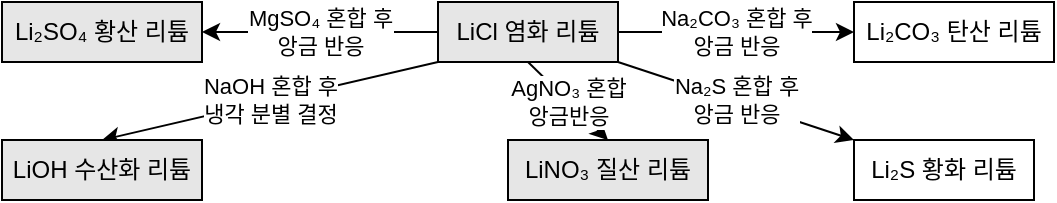
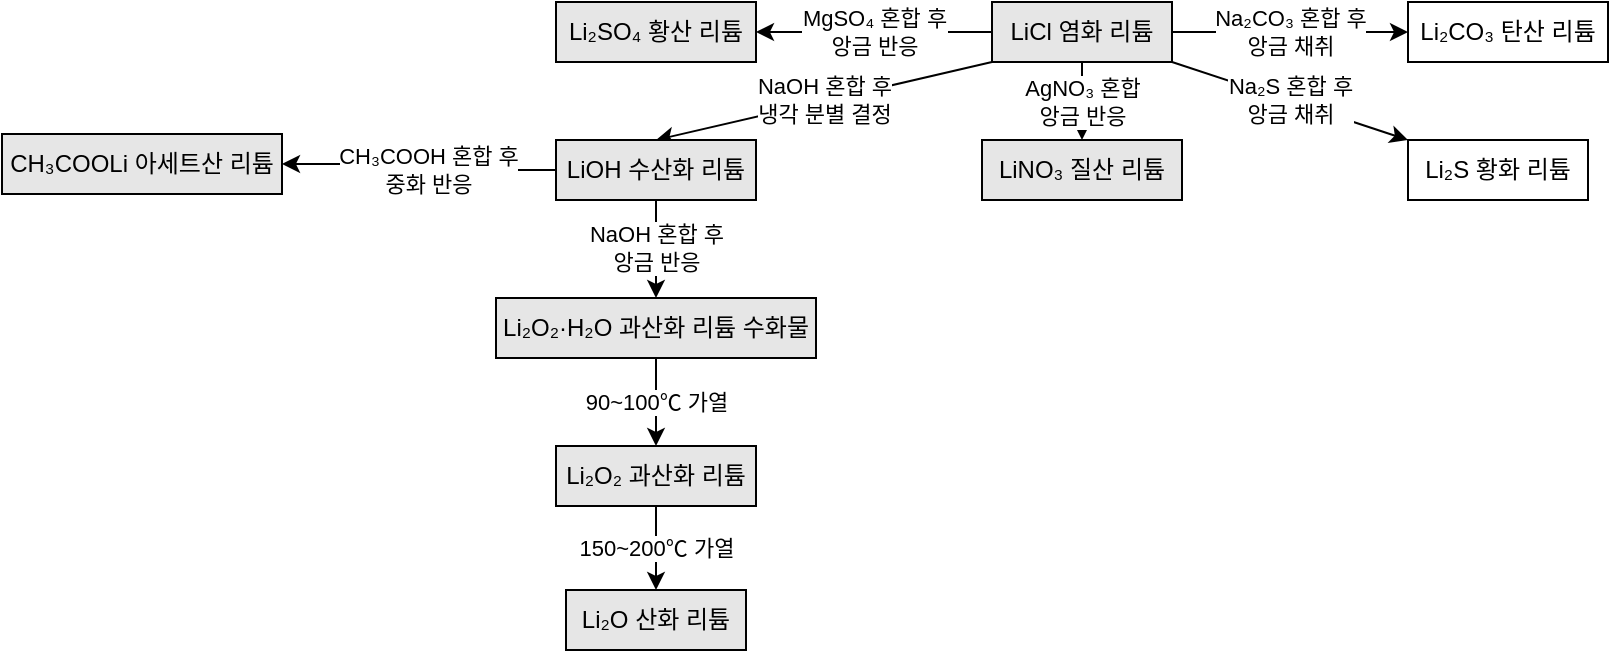
<mxfile host="app.diagrams.net">
  <diagram name="페이지-1" id="5QjBZDjAQWj_5qGgaRR9">
-     <mxGraphModel dx="1394" dy="949" grid="0" gridSize="10" guides="1" tooltips="1" connect="1" arrows="1" fold="1" page="0" pageScale="1" pageWidth="827" pageHeight="1169" math="0" shadow="0">
+     <mxGraphModel dx="1628" dy="949" grid="0" gridSize="10" guides="1" tooltips="1" connect="1" arrows="1" fold="1" page="0" pageScale="1" pageWidth="827" pageHeight="1169" math="0" shadow="0">
      <root>
        <mxCell id="0" />
        <mxCell id="1" parent="0" />
-         <mxCell id="AcUi6nx6hBdICLV07UQd-4" edge="1" parent="1" source="AcUi6nx6hBdICLV07UQd-1" style="edgeStyle=orthogonalEdgeStyle;rounded=0;orthogonalLoop=1;jettySize=auto;html=1;exitX=1;exitY=0.5;exitDx=0;exitDy=0;" target="AcUi6nx6hBdICLV07UQd-3" value="Na₂CO₃ 혼합 후&lt;br&gt;앙금 반응">
+         <mxCell id="AcUi6nx6hBdICLV07UQd-4" edge="1" parent="1" source="AcUi6nx6hBdICLV07UQd-1" style="edgeStyle=orthogonalEdgeStyle;rounded=0;orthogonalLoop=1;jettySize=auto;html=1;exitX=1;exitY=0.5;exitDx=0;exitDy=0;" target="AcUi6nx6hBdICLV07UQd-3" value="Na₂CO₃ 혼합 후&lt;br&gt;앙금 채취">
          <mxGeometry relative="1" as="geometry" />
        </mxCell>
-         <mxCell id="AcUi6nx6hBdICLV07UQd-6" edge="1" parent="1" source="AcUi6nx6hBdICLV07UQd-1" style="rounded=0;orthogonalLoop=1;jettySize=auto;html=1;exitX=1;exitY=1;exitDx=0;exitDy=0;entryX=0;entryY=0;entryDx=0;entryDy=0;" target="AcUi6nx6hBdICLV07UQd-5" value="Na₂S 혼합 후&lt;br&gt;앙금 반응">
+         <mxCell id="AcUi6nx6hBdICLV07UQd-6" edge="1" parent="1" source="AcUi6nx6hBdICLV07UQd-1" style="rounded=0;orthogonalLoop=1;jettySize=auto;html=1;exitX=1;exitY=1;exitDx=0;exitDy=0;entryX=0;entryY=0;entryDx=0;entryDy=0;" target="AcUi6nx6hBdICLV07UQd-5" value="Na₂S 혼합 후&lt;br&gt;앙금 채취">
          <mxGeometry relative="1" as="geometry" />
        </mxCell>
-         <mxCell id="AcUi6nx6hBdICLV07UQd-8" edge="1" parent="1" source="AcUi6nx6hBdICLV07UQd-1" style="rounded=0;orthogonalLoop=1;jettySize=auto;html=1;exitX=0.5;exitY=1;exitDx=0;exitDy=0;entryX=0.5;entryY=0;entryDx=0;entryDy=0;" target="AcUi6nx6hBdICLV07UQd-7" value="AgNO₃ 혼합&lt;br&gt;앙금반응">
+         <mxCell id="AcUi6nx6hBdICLV07UQd-8" edge="1" parent="1" source="AcUi6nx6hBdICLV07UQd-1" style="rounded=0;orthogonalLoop=1;jettySize=auto;html=1;exitX=0.5;exitY=1;exitDx=0;exitDy=0;entryX=0.5;entryY=0;entryDx=0;entryDy=0;" target="AcUi6nx6hBdICLV07UQd-7" value="AgNO₃ 혼합&lt;br&gt;앙금 반응">
          <mxGeometry relative="1" as="geometry" />
        </mxCell>
        <mxCell id="AcUi6nx6hBdICLV07UQd-10" edge="1" parent="1" source="AcUi6nx6hBdICLV07UQd-1" style="rounded=0;orthogonalLoop=1;jettySize=auto;html=1;exitX=0;exitY=1;exitDx=0;exitDy=0;entryX=0.5;entryY=0;entryDx=0;entryDy=0;" target="AcUi6nx6hBdICLV07UQd-9" value="NaOH 혼합 후&lt;br&gt;냉각 분별 결정">
          <mxGeometry relative="1" as="geometry" />
        </mxCell>
        <mxCell id="AcUi6nx6hBdICLV07UQd-13" edge="1" parent="1" source="AcUi6nx6hBdICLV07UQd-1" style="edgeStyle=orthogonalEdgeStyle;rounded=0;orthogonalLoop=1;jettySize=auto;html=1;exitX=0;exitY=0.5;exitDx=0;exitDy=0;" target="AcUi6nx6hBdICLV07UQd-12" value="MgSO₄ 혼합 후&lt;div&gt;앙금 반응&lt;/div&gt;">
          <mxGeometry relative="1" as="geometry" />
        </mxCell>
        <mxCell id="AcUi6nx6hBdICLV07UQd-1" parent="1" style="rounded=0;whiteSpace=wrap;html=1;fillColor=#E6E6E6;" value="LiCl 염화 리튬" vertex="1">
          <mxGeometry height="30" width="90" x="10" y="-24" as="geometry" />
        </mxCell>
        <mxCell id="AcUi6nx6hBdICLV07UQd-3" parent="1" style="rounded=0;whiteSpace=wrap;html=1;" value="Li₂CO₃ 탄산 리튬" vertex="1">
          <mxGeometry height="30" width="100" x="218" y="-24" as="geometry" />
        </mxCell>
        <mxCell id="AcUi6nx6hBdICLV07UQd-5" parent="1" style="rounded=0;whiteSpace=wrap;html=1;fillColor=#FFFFFF;" value="Li₂S 황화 리튬" vertex="1">
          <mxGeometry height="30" width="90" x="218" y="45" as="geometry" />
        </mxCell>
        <mxCell id="AcUi6nx6hBdICLV07UQd-7" parent="1" style="rounded=0;whiteSpace=wrap;html=1;fillColor=#E6E6E6;" value="LiNO₃ 질산&lt;span style=&quot;background-color: transparent; color: light-dark(rgb(0, 0, 0), rgb(255, 255, 255));&quot;&gt;&amp;nbsp;리튬&lt;/span&gt;" vertex="1">
-           <mxGeometry height="30" width="100" x="45" y="45" as="geometry" />
+           <mxGeometry height="30" width="100" x="5" y="45" as="geometry" />
+         </mxCell>
+         <mxCell id="AcUi6nx6hBdICLV07UQd-15" edge="1" parent="1" source="AcUi6nx6hBdICLV07UQd-9" style="rounded=0;orthogonalLoop=1;jettySize=auto;html=1;exitX=0.5;exitY=1;exitDx=0;exitDy=0;entryX=0.5;entryY=0;entryDx=0;entryDy=0;" target="AcUi6nx6hBdICLV07UQd-14" value="&lt;span style=&quot;color: rgb(0, 0, 0); font-family: Helvetica; font-size: 11px; font-style: normal; font-variant-ligatures: normal; font-variant-caps: normal; font-weight: 400; letter-spacing: normal; orphans: 2; text-align: center; text-indent: 0px; text-transform: none; widows: 2; word-spacing: 0px; -webkit-text-stroke-width: 0px; white-space: nowrap; background-color: rgb(255, 255, 255); text-decoration-thickness: initial; text-decoration-style: initial; text-decoration-color: initial; float: none; display: inline !important;&quot;&gt;NaOH 혼합 후&lt;/span&gt;&lt;div style=&quot;forced-color-adjust: none; color: rgb(0, 0, 0); font-family: Helvetica; font-size: 11px; font-style: normal; font-variant-ligatures: normal; font-variant-caps: normal; font-weight: 400; letter-spacing: normal; orphans: 2; text-align: center; text-indent: 0px; text-transform: none; widows: 2; word-spacing: 0px; -webkit-text-stroke-width: 0px; white-space: nowrap; text-decoration-thickness: initial; text-decoration-style: initial; text-decoration-color: initial;&quot;&gt;앙금 반응&lt;/div&gt;">
+           <mxGeometry relative="1" x="-0.0196" as="geometry">
+             <mxPoint as="offset" />
+           </mxGeometry>
+         </mxCell>
+         <mxCell id="AcUi6nx6hBdICLV07UQd-25" edge="1" parent="1" source="AcUi6nx6hBdICLV07UQd-9" style="edgeStyle=orthogonalEdgeStyle;rounded=0;orthogonalLoop=1;jettySize=auto;html=1;exitX=0;exitY=0.5;exitDx=0;exitDy=0;" target="AcUi6nx6hBdICLV07UQd-24">
+           <mxGeometry relative="1" as="geometry" />
+         </mxCell>
+         <mxCell id="AcUi6nx6hBdICLV07UQd-26" connectable="0" parent="AcUi6nx6hBdICLV07UQd-25" style="edgeLabel;html=1;align=center;verticalAlign=middle;resizable=0;points=[];" value="CH₃COOH 혼합 후&lt;br&gt;중화 반응" vertex="1">
+           <mxGeometry relative="1" x="-0.1916" y="-2" as="geometry">
+             <mxPoint x="-8" y="2" as="offset" />
+           </mxGeometry>
        </mxCell>
        <mxCell id="AcUi6nx6hBdICLV07UQd-9" parent="1" style="rounded=0;whiteSpace=wrap;html=1;fillColor=#E6E6E6;" value="LiOH 수산화 리튬" vertex="1">
          <mxGeometry height="30" width="100" x="-208" y="45" as="geometry" />
        </mxCell>
        <mxCell id="AcUi6nx6hBdICLV07UQd-12" parent="1" style="rounded=0;whiteSpace=wrap;html=1;fillColor=#E6E6E6;" value="Li₂SO₄ 황산 리튬" vertex="1">
          <mxGeometry height="30" width="100" x="-208" y="-24" as="geometry" />
        </mxCell>
+         <mxCell id="AcUi6nx6hBdICLV07UQd-18" edge="1" parent="1" source="AcUi6nx6hBdICLV07UQd-14" style="edgeStyle=orthogonalEdgeStyle;rounded=0;orthogonalLoop=1;jettySize=auto;html=1;exitX=0.5;exitY=1;exitDx=0;exitDy=0;entryX=0.5;entryY=0;entryDx=0;entryDy=0;" target="AcUi6nx6hBdICLV07UQd-17" value="90~100℃ 가열">
+           <mxGeometry relative="1" as="geometry" />
+         </mxCell>
+         <mxCell id="AcUi6nx6hBdICLV07UQd-14" parent="1" style="rounded=0;whiteSpace=wrap;html=1;fillColor=#E6E6E6;" value="Li₂O₂·H₂O 과산화 리튬 수화물" vertex="1">
+           <mxGeometry height="30" width="160" x="-238" y="124" as="geometry" />
+         </mxCell>
+         <mxCell id="AcUi6nx6hBdICLV07UQd-21" edge="1" parent="1" source="AcUi6nx6hBdICLV07UQd-17" style="edgeStyle=orthogonalEdgeStyle;rounded=0;orthogonalLoop=1;jettySize=auto;html=1;exitX=0.5;exitY=1;exitDx=0;exitDy=0;entryX=0.5;entryY=0;entryDx=0;entryDy=0;" target="AcUi6nx6hBdICLV07UQd-20">
+           <mxGeometry relative="1" as="geometry" />
+         </mxCell>
+         <mxCell id="AcUi6nx6hBdICLV07UQd-22" connectable="0" parent="AcUi6nx6hBdICLV07UQd-21" style="edgeLabel;html=1;align=center;verticalAlign=middle;resizable=0;points=[];" value="150~200℃ 가열" vertex="1">
+           <mxGeometry relative="1" x="-0.2879" y="-5" as="geometry">
+             <mxPoint x="5" y="6" as="offset" />
+           </mxGeometry>
+         </mxCell>
+         <mxCell id="AcUi6nx6hBdICLV07UQd-17" parent="1" style="rounded=0;whiteSpace=wrap;html=1;fillColor=#E6E6E6;" value="Li₂O₂ 과산화 리튬" vertex="1">
+           <mxGeometry height="30" width="100" x="-208" y="198" as="geometry" />
+         </mxCell>
+         <mxCell id="AcUi6nx6hBdICLV07UQd-20" parent="1" style="rounded=0;whiteSpace=wrap;html=1;fillColor=#E6E6E6;" value="Li₂O 산화 리튬" vertex="1">
+           <mxGeometry height="30" width="90" x="-203" y="270" as="geometry" />
+         </mxCell>
+         <mxCell id="AcUi6nx6hBdICLV07UQd-24" parent="1" style="rounded=0;whiteSpace=wrap;html=1;fillColor=#E6E6E6;" value="CH₃COOLi 아세트산 리튬" vertex="1">
+           <mxGeometry height="30" width="140" x="-485" y="42" as="geometry" />
+         </mxCell>
      </root>
    </mxGraphModel>
  </diagram>
</mxfile>
